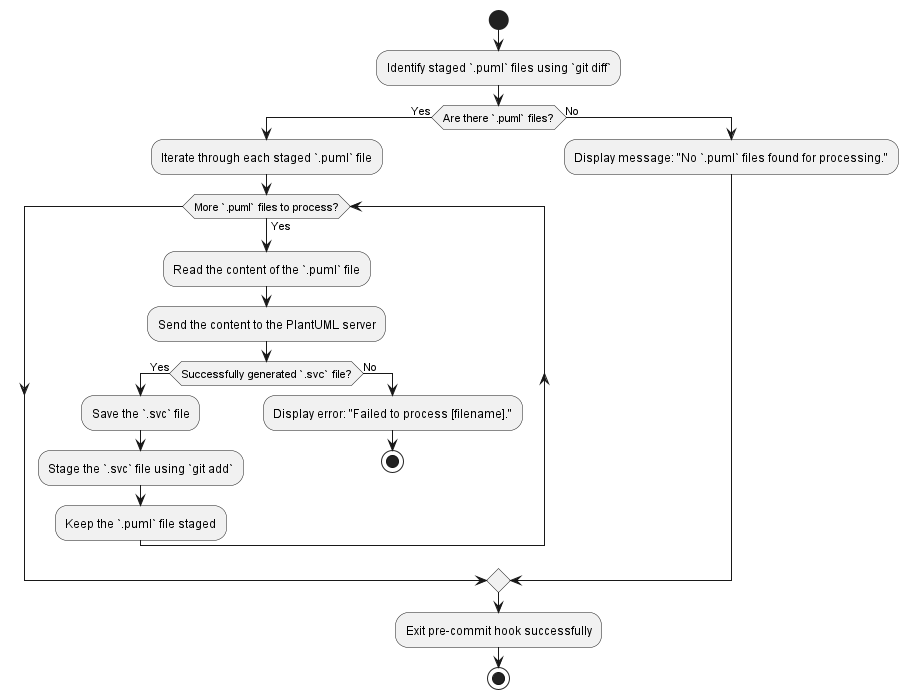
The PlantUML diagram flow-diagrams/PlantUmlTestDiagram.png in sivabankapalli/pre-commit-hooks-plantuml, before a commit. The source it was exported from:
```plantuml
@startuml
start

:Identify staged `.puml` files using `git diff`;
if (Are there `.puml` files?) then (Yes)
  :Iterate through each staged `.puml` file;
  while (More `.puml` files to process?) is (Yes)
    :Read the content of the `.puml` file;
    :Send the content to the PlantUML server;
    if (Successfully generated `.svc` file?) then (Yes)
      :Save the `.svc` file;
      :Stage the `.svc` file using `git add`;
      :Keep the `.puml` file staged;
    else (No)
      :Display error: "Failed to process [filename].";
      stop
    endif
  endwhile
else (No)
  :Display message: "No `.puml` files found for processing.";
endif

:Exit pre-commit hook successfully;
stop
@enduml
```
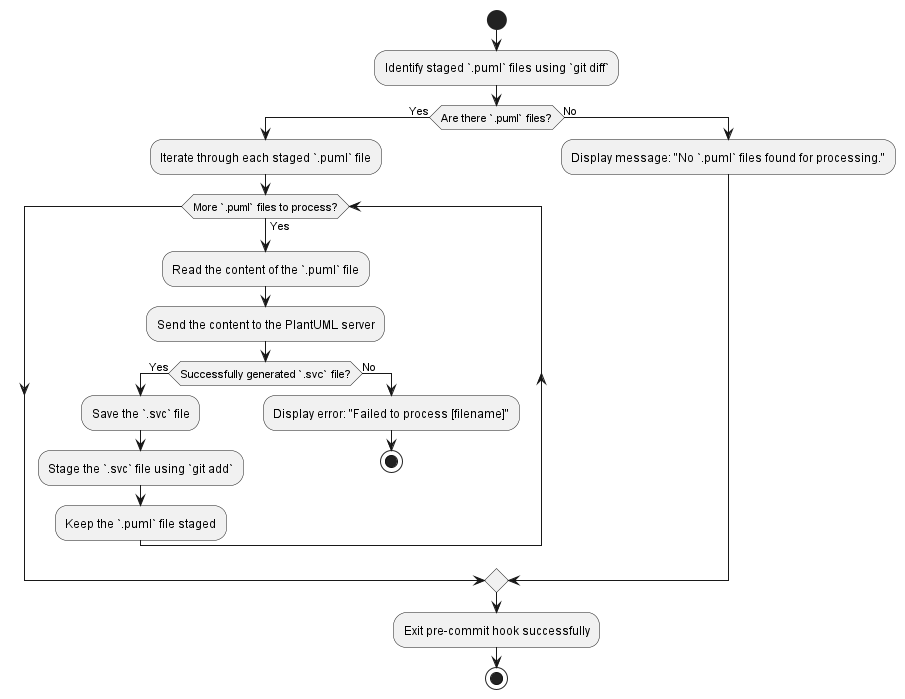
Later version of the same file.

What changed in the source:
```diff
@@ -12,7 +12,7 @@
       :Stage the `.svc` file using `git add`;
       :Keep the `.puml` file staged;
     else (No)
-      :Display error: "Failed to process [filename].";
+      :Display error: "Failed to process [filename]";
       stop
     endif
   endwhile
```
